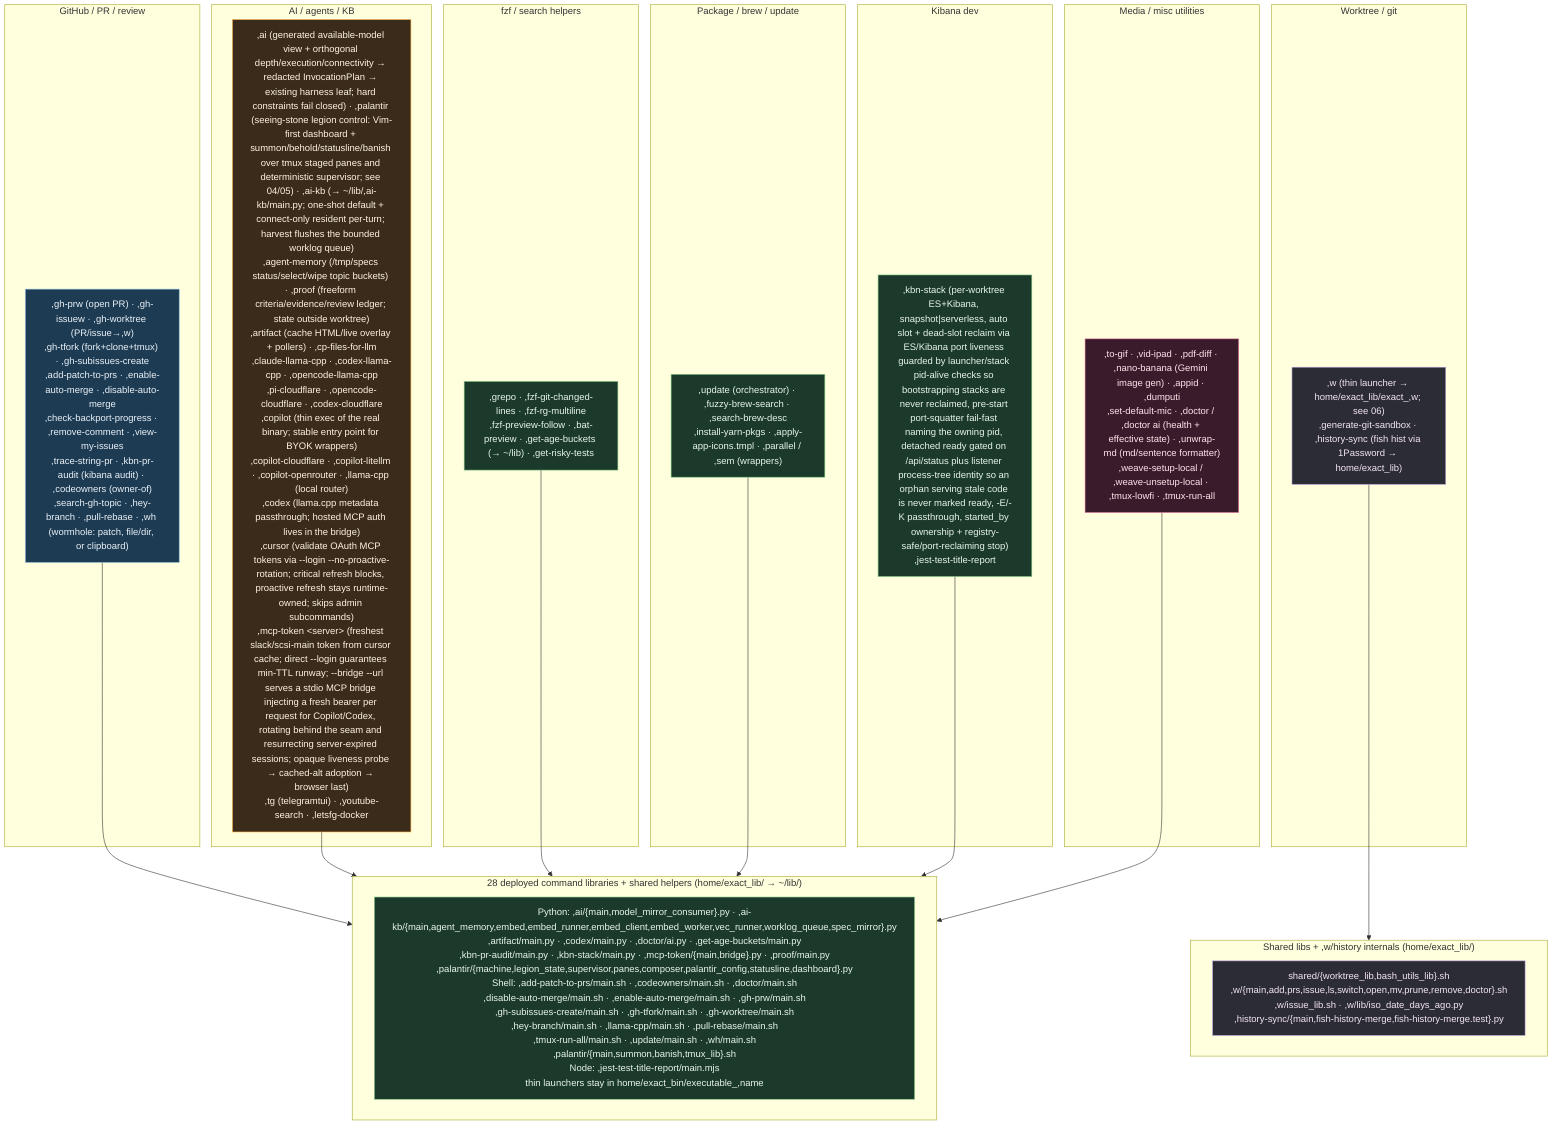
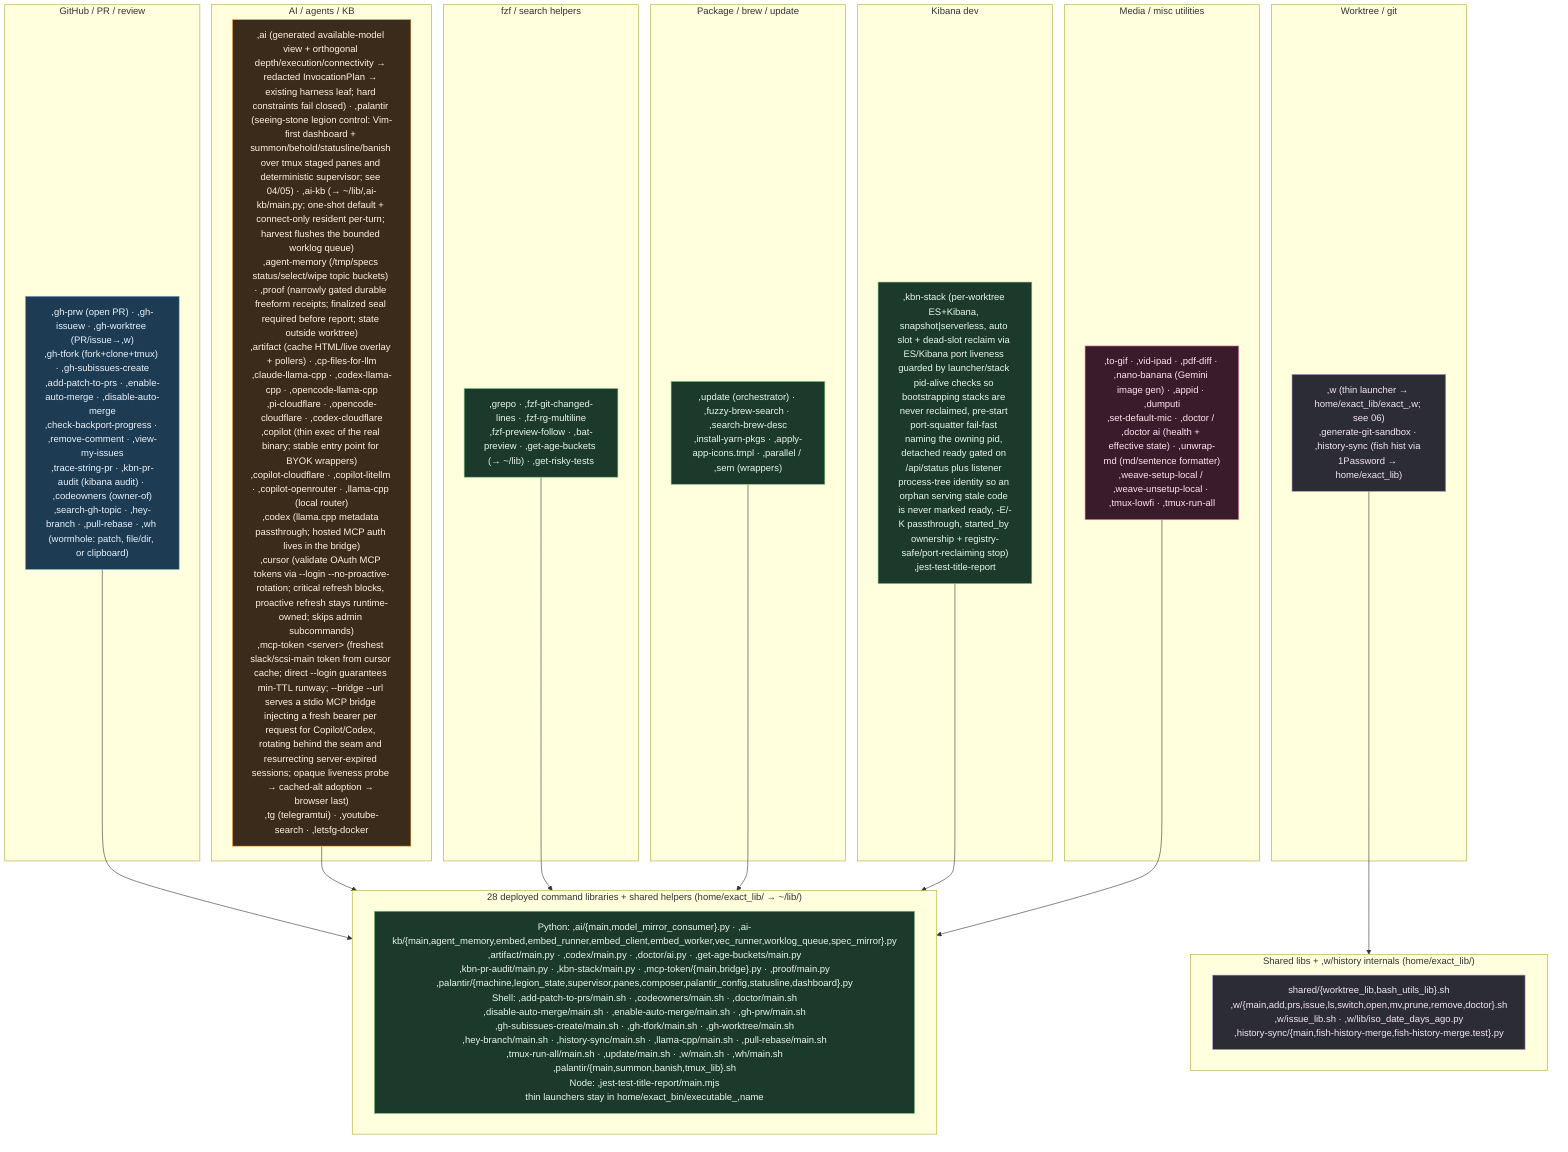
%% ============================================================================
%% 07c-bin-commands.mmd — Every thin command in home/exact_bin/ (74 thin commands)
%% plus deployed internals in home/exact_lib/ (66 command/shared library files).
%% executable_,* → ~/bin/,* (comma-prefixed user commands); home/exact_lib/exact_,name/
%% → ~/lib/,name/. verify-bin-surface keeps each command covered by fish
%% completions, docs, catalog, and non-orphaned command libraries.
%% ============================================================================
flowchart TB
    classDef gh fill:#1d3b53,stroke:#7fb3d5,color:#eaf2f8;
    classDef wt fill:#2c2c34,stroke:#b39ddb,color:#f3e5f5;
    classDef ai fill:#3a2b1b,stroke:#ffb74d,color:#fff3e0;
    classDef media fill:#3a1b2b,stroke:#f48fb1,color:#fce4ec;
    classDef sys fill:#1b3a2b,stroke:#81c784,color:#e8f5e9;

    subgraph GHC["GitHub / PR / review"]
        G[",gh-prw (open PR) · ,gh-issuew · ,gh-worktree (PR/issue→,w)<br/>,gh-tfork (fork+clone+tmux) · ,gh-subissues-create<br/>,add-patch-to-prs · ,enable-auto-merge · ,disable-auto-merge<br/>,check-backport-progress · ,remove-comment · ,view-my-issues<br/>,trace-string-pr · ,kbn-pr-audit (kibana audit) · ,codeowners (owner-of)<br/>,search-gh-topic · ,hey-branch · ,pull-rebase · ,wh (wormhole: patch, file/dir, or clipboard)"]:::gh
    end

    subgraph WTC["Worktree / git"]
        W[",w (thin launcher → home/exact_lib/exact_,w; see 06)<br/>,generate-git-sandbox · ,history-sync (fish hist via 1Password → home/exact_lib)"]:::wt
    end

    subgraph AIC["AI / agents / KB"]
-         A[",ai (generated available-model view + orthogonal depth/execution/connectivity → redacted InvocationPlan → existing harness leaf; hard constraints fail closed) · ,palantir (seeing-stone legion control: Vim-first dashboard + summon/behold/statusline/banish over tmux staged panes and deterministic supervisor; see 04/05) · ,ai-kb (→ ~/lib/,ai-kb/main.py; one-shot default + connect-only resident per-turn; harvest flushes the bounded worklog queue)<br/>,agent-memory (/tmp/specs status/select/wipe topic buckets) · ,proof (freeform criteria/evidence/review ledger; state outside worktree)<br/>,artifact (cache HTML/live overlay + pollers) · ,cp-files-for-llm<br/>,claude-llama-cpp · ,codex-llama-cpp · ,opencode-llama-cpp<br/>,pi-cloudflare · ,opencode-cloudflare · ,codex-cloudflare<br/>,copilot (thin exec of the real binary; stable entry point for BYOK wrappers)<br/>,copilot-cloudflare · ,copilot-litellm · ,copilot-openrouter · ,llama-cpp (local router)<br/>,codex (llama.cpp metadata passthrough; hosted MCP auth lives in the bridge)<br/>,cursor (validate OAuth MCP tokens via --login --no-proactive-rotation; critical refresh blocks, proactive refresh stays runtime-owned; skips admin subcommands)<br/>,mcp-token &lt;server&gt; (freshest slack/scsi-main token from cursor cache; direct --login guarantees min-TTL runway; --bridge --url serves a stdio MCP bridge injecting a fresh bearer per request for Copilot/Codex, rotating behind the seam and resurrecting server-expired sessions; opaque liveness probe → cached-alt adoption → browser last)<br/>,tg (telegramtui) · ,youtube-search · ,letsfg-docker"]:::ai
+         A[",ai (generated available-model view + orthogonal depth/execution/connectivity → redacted InvocationPlan → existing harness leaf; hard constraints fail closed) · ,palantir (seeing-stone legion control: Vim-first dashboard + summon/behold/statusline/banish over tmux staged panes and deterministic supervisor; see 04/05) · ,ai-kb (→ ~/lib/,ai-kb/main.py; one-shot default + connect-only resident per-turn; harvest flushes the bounded worklog queue)<br/>,agent-memory (/tmp/specs status/select/wipe topic buckets) · ,proof (narrowly gated durable freeform receipts; finalized seal required before report; state outside worktree)<br/>,artifact (cache HTML/live overlay + pollers) · ,cp-files-for-llm<br/>,claude-llama-cpp · ,codex-llama-cpp · ,opencode-llama-cpp<br/>,pi-cloudflare · ,opencode-cloudflare · ,codex-cloudflare<br/>,copilot (thin exec of the real binary; stable entry point for BYOK wrappers)<br/>,copilot-cloudflare · ,copilot-litellm · ,copilot-openrouter · ,llama-cpp (local router)<br/>,codex (llama.cpp metadata passthrough; hosted MCP auth lives in the bridge)<br/>,cursor (validate OAuth MCP tokens via --login --no-proactive-rotation; critical refresh blocks, proactive refresh stays runtime-owned; skips admin subcommands)<br/>,mcp-token &lt;server&gt; (freshest slack/scsi-main token from cursor cache; direct --login guarantees min-TTL runway; --bridge --url serves a stdio MCP bridge injecting a fresh bearer per request for Copilot/Codex, rotating behind the seam and resurrecting server-expired sessions; opaque liveness probe → cached-alt adoption → browser last)<br/>,tg (telegramtui) · ,youtube-search · ,letsfg-docker"]:::ai
    end

    subgraph FZFC["fzf / search helpers"]
        F[",grepo · ,fzf-git-changed-lines · ,fzf-rg-multiline<br/>,fzf-preview-follow · ,bat-preview · ,get-age-buckets (→ ~/lib) · ,get-risky-tests"]:::sys
    end

    subgraph PKGC["Package / brew / update"]
        P[",update (orchestrator) · ,fuzzy-brew-search · ,search-brew-desc<br/>,install-yarn-pkgs · ,apply-app-icons.tmpl · ,parallel / ,sem (wrappers)"]:::sys
    end

    subgraph KBNC["Kibana dev"]
        K[",kbn-stack (per-worktree ES+Kibana, snapshot|serverless, auto slot + dead-slot reclaim via ES/Kibana port liveness guarded by launcher/stack pid-alive checks so bootstrapping stacks are never reclaimed, pre-start port-squatter fail-fast naming the owning pid, detached ready gated on /api/status plus listener process-tree identity so an orphan serving stale code is never marked ready, -E/-K passthrough, started_by ownership + registry-safe/port-reclaiming stop)<br/>,jest-test-title-report"]:::sys
    end

    subgraph MEDIA["Media / misc utilities"]
        M[",to-gif · ,vid-ipad · ,pdf-diff · ,nano-banana (Gemini image gen) · ,appid · ,dumputi<br/>,set-default-mic · ,doctor / ,doctor ai (health + effective state) · ,unwrap-md (md/sentence formatter)<br/>,weave-setup-local / ,weave-unsetup-local · ,tmux-lowfi · ,tmux-run-all"]:::media
    end

    subgraph LIBS["Shared libs + ,w/history internals (home/exact_lib/)"]
        L["shared/{worktree_lib,bash_utils_lib}.sh<br/>,w/{main,add,prs,issue,ls,switch,open,mv,prune,remove,doctor}.sh<br/>,w/issue_lib.sh · ,w/lib/iso_date_days_ago.py<br/>,history-sync/{main,fish-history-merge,fish-history-merge.test}.py"]:::wt
    end
    W --> LIBS

    subgraph CMDLIBS["28 deployed command libraries + shared helpers (home/exact_lib/ → ~/lib/)"]
-         CL["Python: ,ai/{main,model_mirror_consumer}.py · ,ai-kb/{main,agent_memory,embed,embed_runner,embed_client,embed_worker,vec_runner,worklog_queue,spec_mirror}.py<br/>,artifact/main.py · ,codex/main.py · ,doctor/ai.py · ,get-age-buckets/main.py<br/>,kbn-pr-audit/main.py · ,kbn-stack/main.py · ,mcp-token/{main,bridge}.py · ,proof/main.py<br/>,palantir/{machine,legion_state,supervisor,panes,composer,palantir_config,statusline,dashboard}.py<br/>Shell: ,add-patch-to-prs/main.sh · ,codeowners/main.sh · ,doctor/main.sh<br/>,disable-auto-merge/main.sh · ,enable-auto-merge/main.sh · ,gh-prw/main.sh<br/>,gh-subissues-create/main.sh · ,gh-tfork/main.sh · ,gh-worktree/main.sh<br/>,hey-branch/main.sh · ,llama-cpp/main.sh · ,pull-rebase/main.sh<br/>,tmux-run-all/main.sh · ,update/main.sh · ,wh/main.sh<br/>,palantir/{main,summon,banish,tmux_lib}.sh<br/>Node: ,jest-test-title-report/main.mjs<br/>thin launchers stay in home/exact_bin/executable_,name"]:::sys
+         CL["Python: ,ai/{main,model_mirror_consumer}.py · ,ai-kb/{main,agent_memory,embed,embed_runner,embed_client,embed_worker,vec_runner,worklog_queue,spec_mirror}.py<br/>,artifact/main.py · ,codex/main.py · ,doctor/ai.py · ,get-age-buckets/main.py<br/>,kbn-pr-audit/main.py · ,kbn-stack/main.py · ,mcp-token/{main,bridge}.py · ,proof/main.py<br/>,palantir/{machine,legion_state,supervisor,panes,composer,palantir_config,statusline,dashboard}.py<br/>Shell: ,add-patch-to-prs/main.sh · ,codeowners/main.sh · ,doctor/main.sh<br/>,disable-auto-merge/main.sh · ,enable-auto-merge/main.sh · ,gh-prw/main.sh<br/>,gh-subissues-create/main.sh · ,gh-tfork/main.sh · ,gh-worktree/main.sh<br/>,hey-branch/main.sh · ,history-sync/main.sh · ,llama-cpp/main.sh · ,pull-rebase/main.sh<br/>,tmux-run-all/main.sh · ,update/main.sh · ,w/main.sh · ,wh/main.sh<br/>,palantir/{main,summon,banish,tmux_lib}.sh<br/>Node: ,jest-test-title-report/main.mjs<br/>thin launchers stay in home/exact_bin/executable_,name"]:::sys
    end
    G --> CMDLIBS
    A --> CMDLIBS
    F --> CMDLIBS
    P --> CMDLIBS
    K --> CMDLIBS
    M --> CMDLIBS
